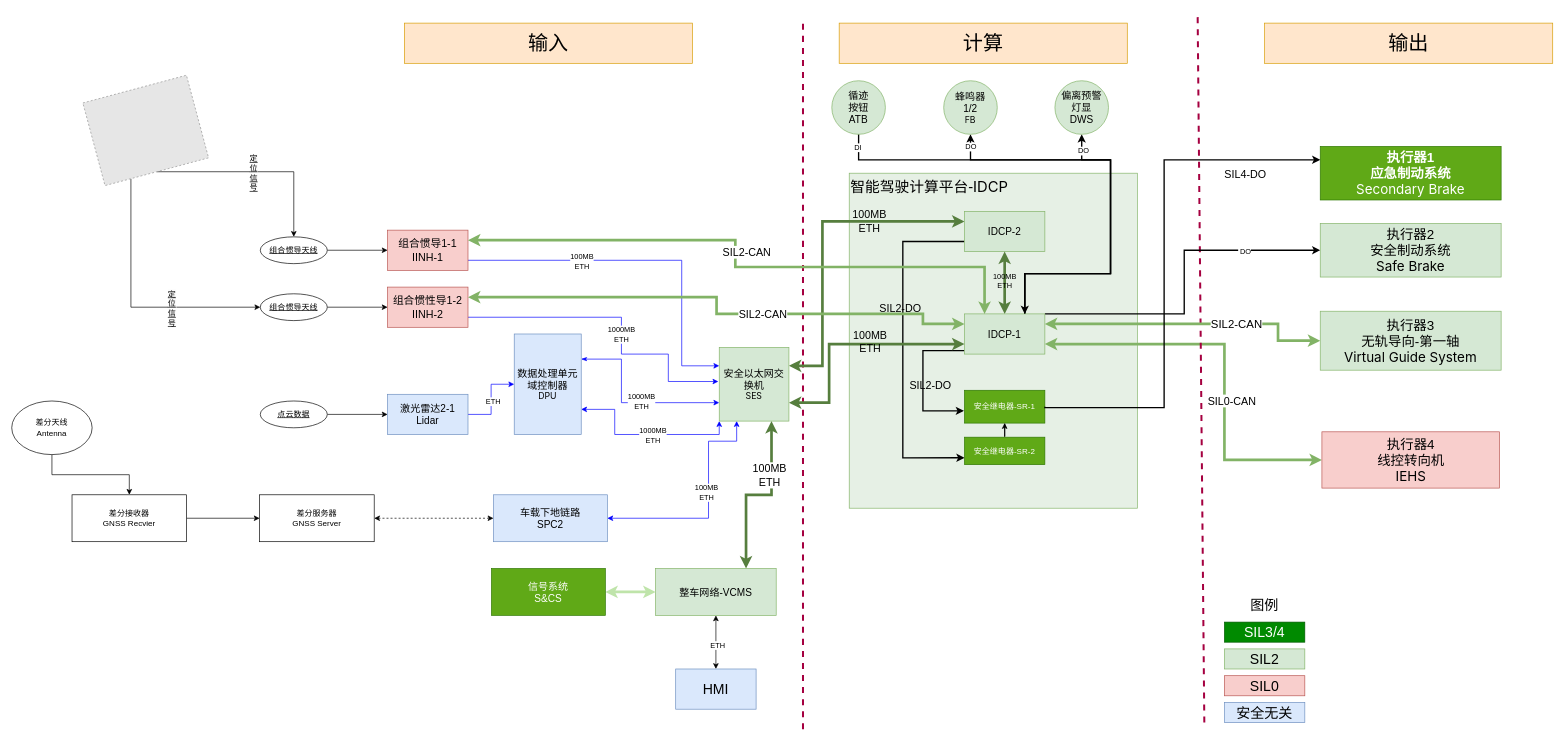
The draw.io diagram page "循迹系统全连接图-240415update" (1 of 16) of 马来DAS系统关联关系图.drawio in FrankWong-cs/SharingwithColleagues, before the edit. Source tidied: cells renumbered, new cells numbered last; positions are measured from the earlier drawing's top-left corner, leaving out a move shared by most shapes. Both pictures are drawn from the tidied source at 67%, with x=0, y=0 at pixel (11, 12). Pictures stored in the file or linked from it are replaced by grey dashed boxes.
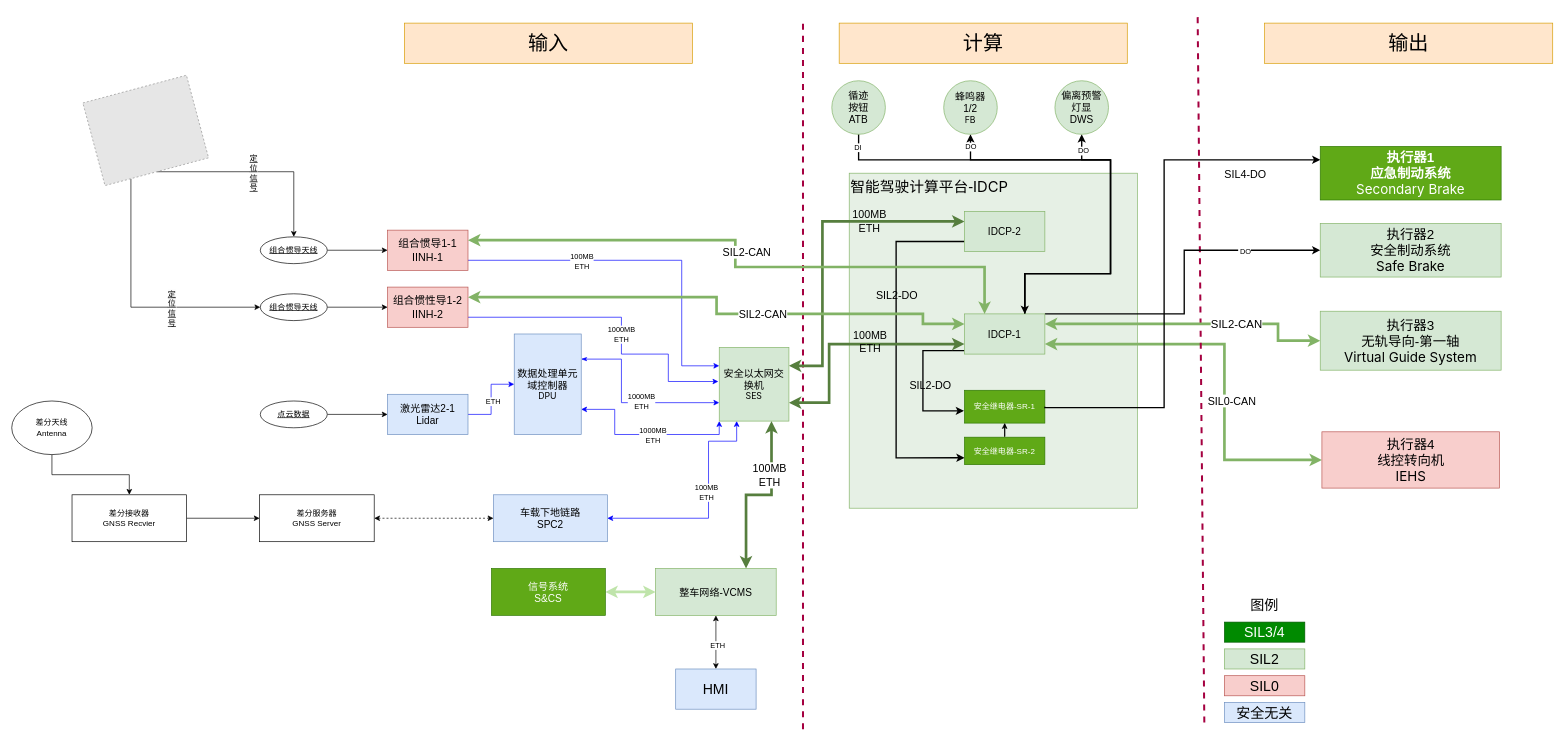
The same diagram, later.

Commit message:
Update 马来DAS系统关联关系图.drawio

The change refers to these unchanged cells:
```xml
<mxCell id="47" value="IDCP-2" style="rounded=0;whiteSpace=wrap;html=1;fillColor=#d5e8d4;fontColor=default;strokeColor=#82b366;fontSize=15;" parent="1" vertex="1">
  <mxGeometry x="1422" y="297" width="120" height="60" as="geometry" />
</mxCell>
<mxCell id="59" value="IDCP-1" style="rounded=0;whiteSpace=wrap;html=1;fillColor=#d5e8d4;fontColor=default;strokeColor=#82b366;fontSize=15;" parent="1" vertex="1">
  <mxGeometry x="1422" y="450" width="120" height="60" as="geometry" />
</mxCell>
<mxCell id="62" value="安全继电器-SR-2" style="rounded=0;whiteSpace=wrap;html=1;fillColor=#60a917;fontColor=#ffffff;strokeColor=#2D7600;" parent="1" vertex="1">
  <mxGeometry x="1422" y="634" width="120" height="41" as="geometry" />
</mxCell>
```

Diff of the diagram source:
```diff
@@
     <mxCell id="43" style="edgeStyle=orthogonalEdgeStyle;rounded=0;jettySize=auto;html=1;exitX=0;exitY=0.75;exitDx=0;exitDy=0;entryX=0;entryY=0.75;entryDx=0;entryDy=0;strokeWidth=2;" parent="1" edge="1" source="47" target="62">
       <mxGeometry relative="1" as="geometry">
         <Array as="points">
-          <mxPoint x="1330" y="342" />
-          <mxPoint x="1330" y="665" />
+          <mxPoint x="1320" y="342" />
+          <mxPoint x="1320" y="665" />
         </Array>
       </mxGeometry>
     </mxCell>
     <mxCell id="44" value="SIL2-DO" style="edgeLabel;html=1;align=center;verticalAlign=middle;fontSize=16;labelBackgroundColor=none;" parent="43" vertex="1">
       <mxGeometry x="-0.25" y="1" relative="1" as="geometry">
-        <mxPoint x="-6" as="offset" />
+        <mxPoint x="-1" y="-17" as="offset" />
       </mxGeometry>
     </mxCell>
@@
-    <mxCell id="50" style="edgeStyle=orthogonalEdgeStyle;rounded=0;jettySize=auto;html=1;entryX=0.5;entryY=1;entryDx=0;entryDy=0;startArrow=classic;startFill=1;strokeColor=#567e3e;strokeWidth=4;fillColor=#d5e8d4;" parent="1" edge="1" source="59" target="47">
-      <mxGeometry relative="1" as="geometry" />
-    </mxCell>
-    <mxCell id="51" style="edgeLabel;html=1;align=center;verticalAlign=middle;" parent="50" vertex="1">
-      <mxGeometry y="3" relative="1" as="geometry">
-        <mxPoint x="3" y="-1" as="offset" />
-      </mxGeometry>
-    </mxCell>
-    <mxCell id="52" value="100MB&lt;div&gt;ETH&lt;/div&gt;" style="edgeLabel;html=1;align=center;verticalAlign=middle;labelBackgroundColor=none;" parent="50" vertex="1">
-      <mxGeometry x="-0.08" y="1" relative="1" as="geometry">
-        <mxPoint y="-7" as="offset" />
-      </mxGeometry>
-    </mxCell>
```
